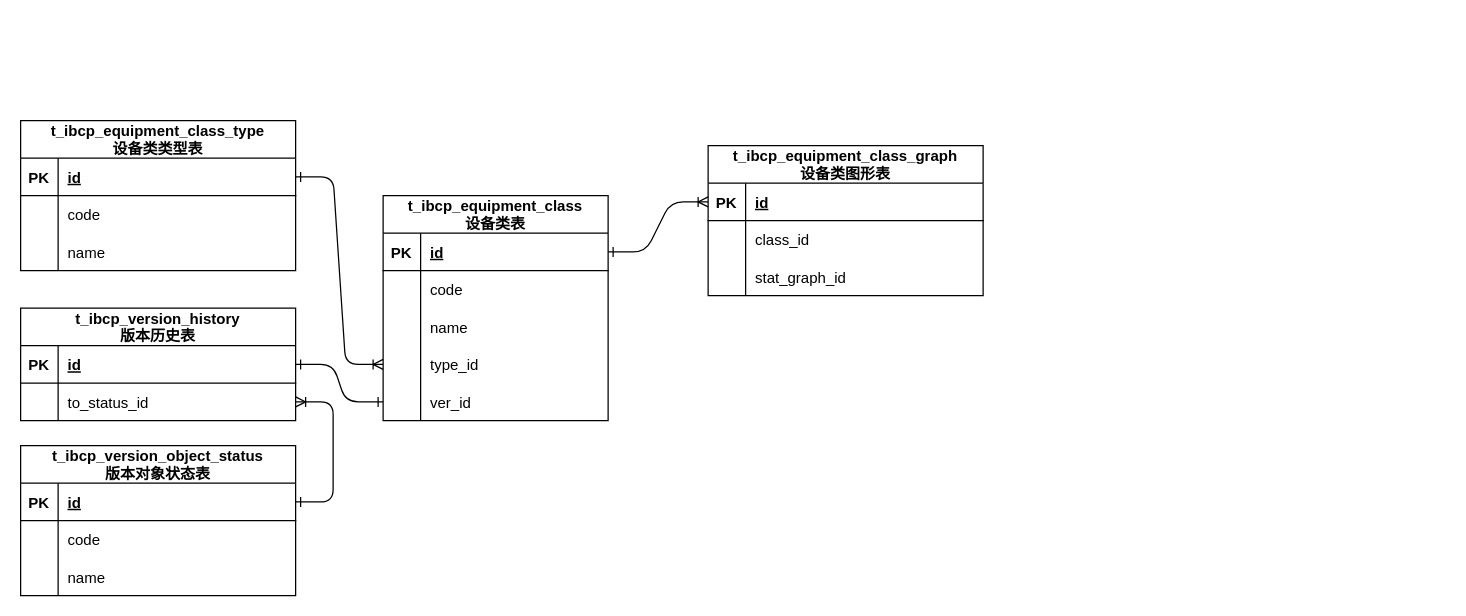
Before: page "设备" (8 of 9) of mes/db.drawio in FreshCabbage666/drawio, a draw.io diagram. Source tidied: cells renumbered, new cells numbered last; positions are measured from the earlier drawing's top-left corner, leaving out a move shared by most shapes. Both pictures are drawn from the tidied source at 125%, with x=0, y=0 at pixel (20, 120).
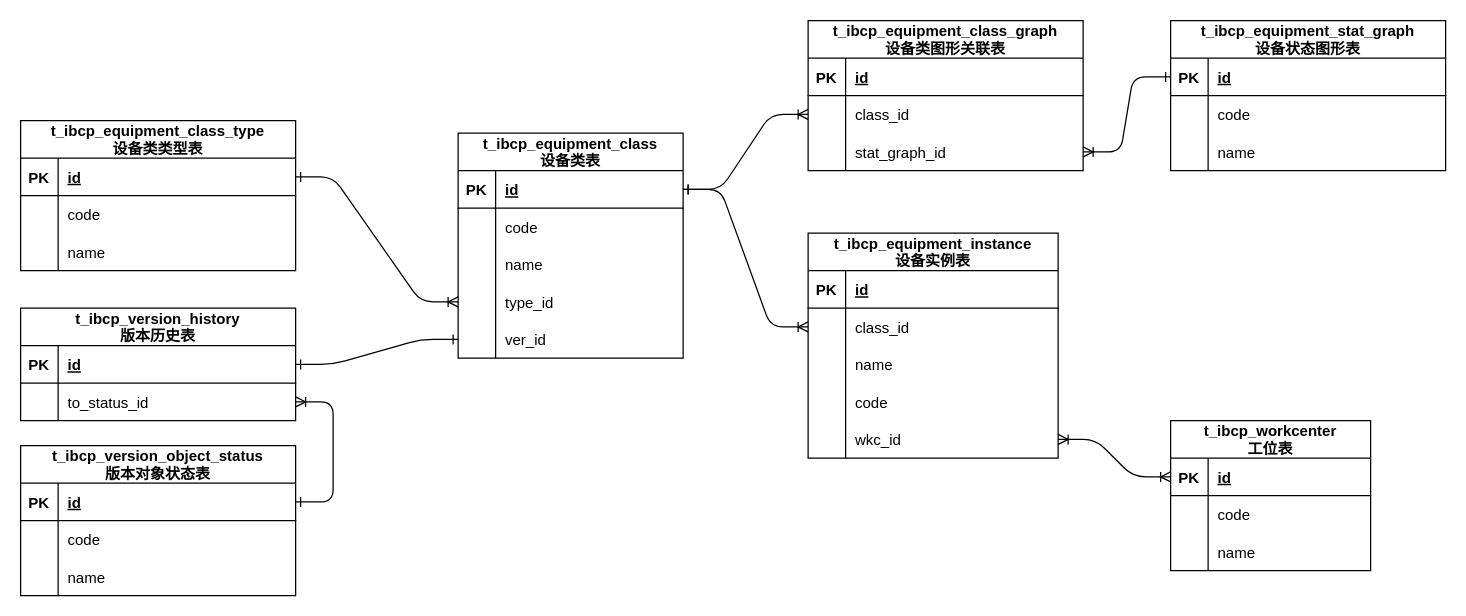
The same page after the edit.

The change refers to these unchanged cells:
```xml
<mxCell id="3" style="shape=partialRectangle;fillColor=none;points=[[0,0.5],[1,0.5]];portConstraint=eastwest;top=0;left=0;right=0;bottom=1;" parent="2" vertex="1">
  <mxGeometry y="30" width="180" height="30" as="geometry" />
</mxCell>
<mxCell id="49" style="shape=partialRectangle;fillColor=none;points=[[0,0.5],[1,0.5]];portConstraint=eastwest;top=0;left=0;right=0;bottom=1;" parent="48" vertex="1">
  <mxGeometry y="30" width="220" height="30" as="geometry" />
</mxCell>
<mxCell id="52" style="shape=partialRectangle;fillColor=none;points=[[0,0.5],[1,0.5]];portConstraint=eastwest;top=0;left=0;right=0;bottom=0;" parent="48" vertex="1">
  <mxGeometry y="60" width="220" height="30" as="geometry" />
</mxCell>
<mxCell id="55" style="shape=partialRectangle;fillColor=none;points=[[0,0.5],[1,0.5]];portConstraint=eastwest;top=0;left=0;right=0;bottom=0;" parent="48" vertex="1">
  <mxGeometry y="90" width="220" height="30" as="geometry" />
</mxCell>
```

The edit, as a diff of the source:
```diff
@@
     <mxCell id="2" value="t_ibcp_equipment_class&#10;设备类表" style="shape=table;startSize=30;childLayout=tableLayout;rowLines=0;fontStyle=1;align=center;" parent="1" vertex="1">
-      <mxGeometry x="290" y="60" width="180" height="180" as="geometry" />
+      <mxGeometry x="350" y="10" width="180" height="180" as="geometry" />
     </mxCell>
@@
-    <mxCell id="48" value="t_ibcp_equipment_class_graph&#10;设备类图形表" style="shape=table;startSize=30;childLayout=tableLayout;rowLines=0;fontStyle=1;align=center;" parent="1" vertex="1">
-      <mxGeometry x="550" y="20" width="220" height="120" as="geometry" />
+    <mxCell id="48" value="t_ibcp_equipment_class_graph&#10;设备类图形关联表" style="shape=table;startSize=30;childLayout=tableLayout;rowLines=0;fontStyle=1;align=center;" parent="1" vertex="1">
+      <mxGeometry x="630" y="-80" width="220" height="120" as="geometry" />
     </mxCell>
@@
-    <mxCell id="58" style="edgeStyle=entityRelationEdgeStyle;endArrow=ERoneToMany;startArrow=ERone;endFill=0;startFill=0;" parent="1" edge="1" source="3" target="49">
+    <mxCell id="58" style="edgeStyle=entityRelationEdgeStyle;endArrow=ERoneToMany;startArrow=ERone;endFill=0;startFill=0;" parent="1" edge="1" source="3" target="52">
       <mxGeometry relative="1" as="geometry" />
     </mxCell>
+    <mxCell id="59" value="t_ibcp_equipment_instance&#10;设备实例表" style="shape=table;startSize=30;childLayout=tableLayout;rowLines=0;fontStyle=1;align=center;" parent="1" vertex="1">
+      <mxGeometry x="630" y="90" width="200" height="180" as="geometry" />
+    </mxCell>
+    <mxCell id="60" style="shape=partialRectangle;fillColor=none;top=0;left=0;right=0;bottom=1;" parent="59" vertex="1">
+      <mxGeometry y="30" width="200" height="30" as="geometry" />
+    </mxCell>
+    <mxCell id="61" value="PK" style="shape=partialRectangle;overflow=hidden;fillColor=none;top=0;left=0;bottom=0;right=0;fontStyle=1;" parent="60" vertex="1">
+      <mxGeometry width="30" height="30" as="geometry" />
+    </mxCell>
+    <mxCell id="62" value="id" style="shape=partialRectangle;overflow=hidden;fillColor=none;top=0;left=0;bottom=0;right=0;align=left;spacingLeft=6;fontStyle=5;" parent="60" vertex="1">
+      <mxGeometry x="30" width="170" height="30" as="geometry" />
+    </mxCell>
+    <mxCell id="63" style="shape=partialRectangle;fillColor=none;points=[[0,0.5],[1,0.5]];portConstraint=eastwest;top=0;left=0;right=0;bottom=0;" parent="59" vertex="1">
+      <mxGeometry y="60" width="200" height="30" as="geometry" />
+    </mxCell>
+    <mxCell id="64" style="shape=partialRectangle;overflow=hidden;fillColor=none;top=0;left=0;bottom=0;right=0;" parent="63" vertex="1">
+      <mxGeometry width="30" height="30" as="geometry" />
+    </mxCell>
+    <mxCell id="65" value="class_id" style="shape=partialRectangle;overflow=hidden;fillColor=none;top=0;left=0;bottom=0;right=0;align=left;spacingLeft=6;" parent="63" vertex="1">
+      <mxGeometry x="30" width="170" height="30" as="geometry" />
+    </mxCell>
+    <mxCell id="66" style="shape=partialRectangle;fillColor=none;top=0;left=0;right=0;bottom=0;" parent="59" vertex="1">
+      <mxGeometry y="90" width="200" height="30" as="geometry" />
+    </mxCell>
+    <mxCell id="67" style="shape=partialRectangle;overflow=hidden;fillColor=none;top=0;left=0;bottom=0;right=0;" parent="66" vertex="1">
+      <mxGeometry width="30" height="30" as="geometry" />
+    </mxCell>
+    <mxCell id="68" value="name" style="shape=partialRectangle;overflow=hidden;fillColor=none;top=0;left=0;bottom=0;right=0;align=left;spacingLeft=6;" parent="66" vertex="1">
+      <mxGeometry x="30" width="170" height="30" as="geometry" />
+    </mxCell>
+    <mxCell id="69" style="shape=partialRectangle;fillColor=none;top=0;left=0;right=0;bottom=0;" parent="59" vertex="1">
+      <mxGeometry y="120" width="200" height="30" as="geometry" />
+    </mxCell>
+    <mxCell id="70" style="shape=partialRectangle;overflow=hidden;fillColor=none;top=0;left=0;bottom=0;right=0;" parent="69" vertex="1">
+      <mxGeometry width="30" height="30" as="geometry" />
+    </mxCell>
+    <mxCell id="71" value="code" style="shape=partialRectangle;overflow=hidden;fillColor=none;top=0;left=0;bottom=0;right=0;align=left;spacingLeft=6;" parent="69" vertex="1">
+      <mxGeometry x="30" width="170" height="30" as="geometry" />
+    </mxCell>
+    <mxCell id="72" style="shape=partialRectangle;fillColor=none;points=[[0,0.5],[1,0.5]];portConstraint=eastwest;top=0;left=0;right=0;bottom=0;" parent="59" vertex="1">
+      <mxGeometry y="150" width="200" height="30" as="geometry" />
+    </mxCell>
+    <mxCell id="73" style="shape=partialRectangle;overflow=hidden;fillColor=none;top=0;left=0;bottom=0;right=0;" parent="72" vertex="1">
+      <mxGeometry width="30" height="30" as="geometry" />
+    </mxCell>
+    <mxCell id="74" value="wkc_id" style="shape=partialRectangle;overflow=hidden;fillColor=none;top=0;left=0;bottom=0;right=0;align=left;spacingLeft=6;" parent="72" vertex="1">
+      <mxGeometry x="30" width="170" height="30" as="geometry" />
+    </mxCell>
+    <mxCell id="75" style="edgeStyle=entityRelationEdgeStyle;endArrow=ERoneToMany;startArrow=ERone;endFill=0;startFill=0;" parent="1" edge="1" source="3" target="63">
+      <mxGeometry relative="1" as="geometry" />
+    </mxCell>
+    <mxCell id="76" value="t_ibcp_workcenter&#10;工位表" style="shape=table;startSize=30;childLayout=tableLayout;rowLines=0;fontStyle=1;align=center;" parent="1" vertex="1">
+      <mxGeometry x="920" y="240" width="160" height="120" as="geometry" />
+    </mxCell>
+    <mxCell id="77" style="shape=partialRectangle;fillColor=none;points=[[0,0.5],[1,0.5]];portConstraint=eastwest;top=0;left=0;right=0;bottom=1;" parent="76" vertex="1">
+      <mxGeometry y="30" width="160" height="30" as="geometry" />
+    </mxCell>
+    <mxCell id="78" value="PK" style="shape=partialRectangle;overflow=hidden;fillColor=none;top=0;left=0;bottom=0;right=0;fontStyle=1;" parent="77" vertex="1">
+      <mxGeometry width="30" height="30" as="geometry" />
+    </mxCell>
+    <mxCell id="79" value="id" style="shape=partialRectangle;overflow=hidden;fillColor=none;top=0;left=0;bottom=0;right=0;align=left;spacingLeft=6;fontStyle=5;" parent="77" vertex="1">
+      <mxGeometry x="30" width="130" height="30" as="geometry" />
+    </mxCell>
+    <mxCell id="80" style="shape=partialRectangle;fillColor=none;top=0;left=0;right=0;bottom=0;" parent="76" vertex="1">
+      <mxGeometry y="60" width="160" height="30" as="geometry" />
+    </mxCell>
+    <mxCell id="81" style="shape=partialRectangle;overflow=hidden;fillColor=none;top=0;left=0;bottom=0;right=0;" parent="80" vertex="1">
+      <mxGeometry width="30" height="30" as="geometry" />
+    </mxCell>
+    <mxCell id="82" value="code" style="shape=partialRectangle;overflow=hidden;fillColor=none;top=0;left=0;bottom=0;right=0;align=left;spacingLeft=6;" parent="80" vertex="1">
+      <mxGeometry x="30" width="130" height="30" as="geometry" />
+    </mxCell>
+    <mxCell id="83" style="shape=partialRectangle;fillColor=none;top=0;left=0;right=0;bottom=0;" parent="76" vertex="1">
+      <mxGeometry y="90" width="160" height="30" as="geometry" />
+    </mxCell>
+    <mxCell id="84" style="shape=partialRectangle;overflow=hidden;fillColor=none;top=0;left=0;bottom=0;right=0;" parent="83" vertex="1">
+      <mxGeometry width="30" height="30" as="geometry" />
+    </mxCell>
+    <mxCell id="85" value="name" style="shape=partialRectangle;overflow=hidden;fillColor=none;top=0;left=0;bottom=0;right=0;align=left;spacingLeft=6;" parent="83" vertex="1">
+      <mxGeometry x="30" width="130" height="30" as="geometry" />
+    </mxCell>
+    <mxCell id="86" style="edgeStyle=entityRelationEdgeStyle;endArrow=ERoneToMany;startArrow=ERoneToMany;endFill=0;startFill=0;" parent="1" edge="1" source="72" target="77">
+      <mxGeometry relative="1" as="geometry" />
+    </mxCell>
+    <mxCell id="87" value="t_ibcp_equipment_stat_graph&#10;设备状态图形表" style="shape=table;startSize=30;childLayout=tableLayout;rowLines=0;fontStyle=1;align=center;" parent="1" vertex="1">
+      <mxGeometry x="920" y="-80" width="220" height="120" as="geometry" />
+    </mxCell>
+    <mxCell id="88" style="shape=partialRectangle;fillColor=none;points=[[0,0.5],[1,0.5]];portConstraint=eastwest;top=0;left=0;right=0;bottom=1;" parent="87" vertex="1">
+      <mxGeometry y="30" width="220" height="30" as="geometry" />
+    </mxCell>
+    <mxCell id="89" value="PK" style="shape=partialRectangle;overflow=hidden;fillColor=none;top=0;left=0;bottom=0;right=0;fontStyle=1;" parent="88" vertex="1">
+      <mxGeometry width="30" height="30" as="geometry" />
+    </mxCell>
+    <mxCell id="90" value="id" style="shape=partialRectangle;overflow=hidden;fillColor=none;top=0;left=0;bottom=0;right=0;align=left;spacingLeft=6;fontStyle=5;" parent="88" vertex="1">
+      <mxGeometry x="30" width="190" height="30" as="geometry" />
+    </mxCell>
+    <mxCell id="91" style="shape=partialRectangle;fillColor=none;top=0;left=0;right=0;bottom=0;" parent="87" vertex="1">
+      <mxGeometry y="60" width="220" height="30" as="geometry" />
+    </mxCell>
+    <mxCell id="92" style="shape=partialRectangle;overflow=hidden;fillColor=none;top=0;left=0;bottom=0;right=0;" parent="91" vertex="1">
+      <mxGeometry width="30" height="30" as="geometry" />
+    </mxCell>
+    <mxCell id="93" value="code" style="shape=partialRectangle;overflow=hidden;fillColor=none;top=0;left=0;bottom=0;right=0;align=left;spacingLeft=6;" parent="91" vertex="1">
+      <mxGeometry x="30" width="190" height="30" as="geometry" />
+    </mxCell>
+    <mxCell id="94" style="shape=partialRectangle;fillColor=none;top=0;left=0;right=0;bottom=0;" parent="87" vertex="1">
+      <mxGeometry y="90" width="220" height="30" as="geometry" />
+    </mxCell>
+    <mxCell id="95" style="shape=partialRectangle;overflow=hidden;fillColor=none;top=0;left=0;bottom=0;right=0;" parent="94" vertex="1">
+      <mxGeometry width="30" height="30" as="geometry" />
+    </mxCell>
+    <mxCell id="96" value="name" style="shape=partialRectangle;overflow=hidden;fillColor=none;top=0;left=0;bottom=0;right=0;align=left;spacingLeft=6;" parent="94" vertex="1">
+      <mxGeometry x="30" width="190" height="30" as="geometry" />
+    </mxCell>
+    <mxCell id="97" style="edgeStyle=entityRelationEdgeStyle;endArrow=ERoneToMany;startArrow=ERone;endFill=0;startFill=0;" parent="1" edge="1" source="88" target="55">
+      <mxGeometry relative="1" as="geometry" />
+    </mxCell>
```
